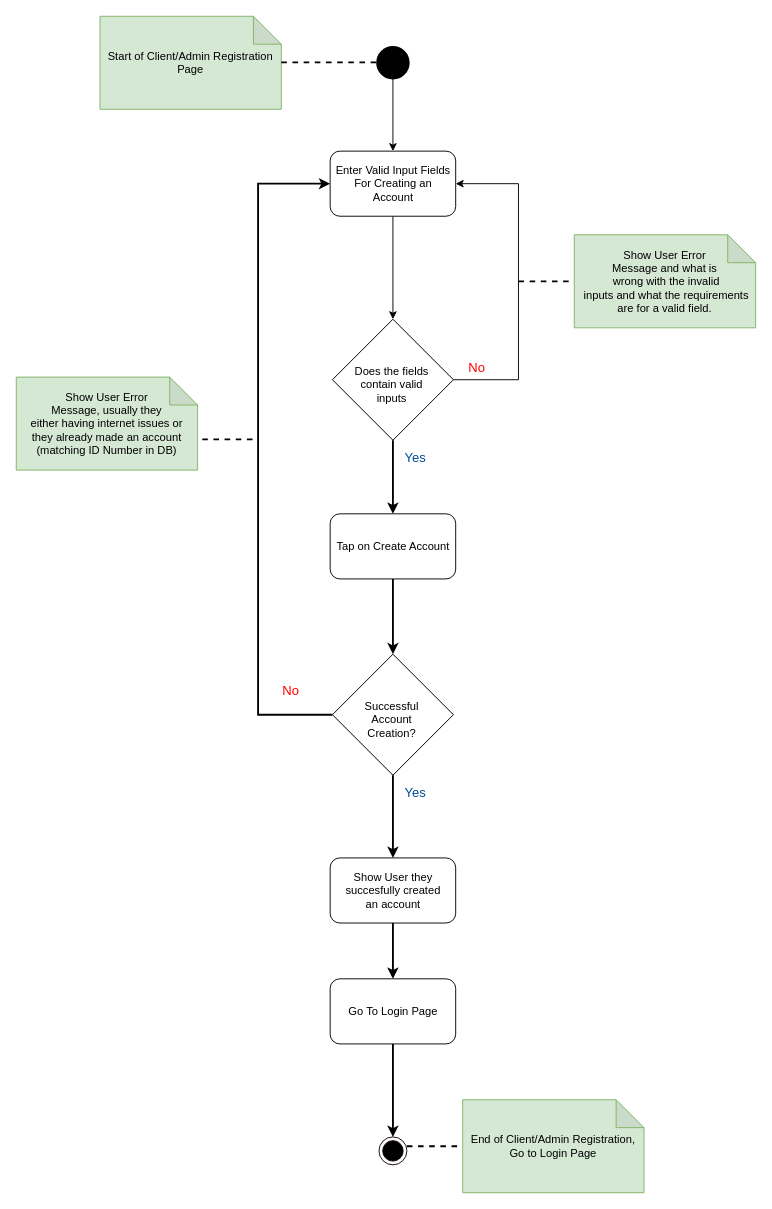
This is Planning/UMLs/Activity Diagrams/registration/registration.drawio from SDP-Wits/Banking-System, a draw.io file, before an edit. Source tidied: cells renumbered, new cells numbered last; positions are measured from the earlier drawing's top-left corner, leaving out a move shared by most shapes. Both pictures are drawn from the tidied source at 93%, with x=0, y=0 at pixel (16, 16).
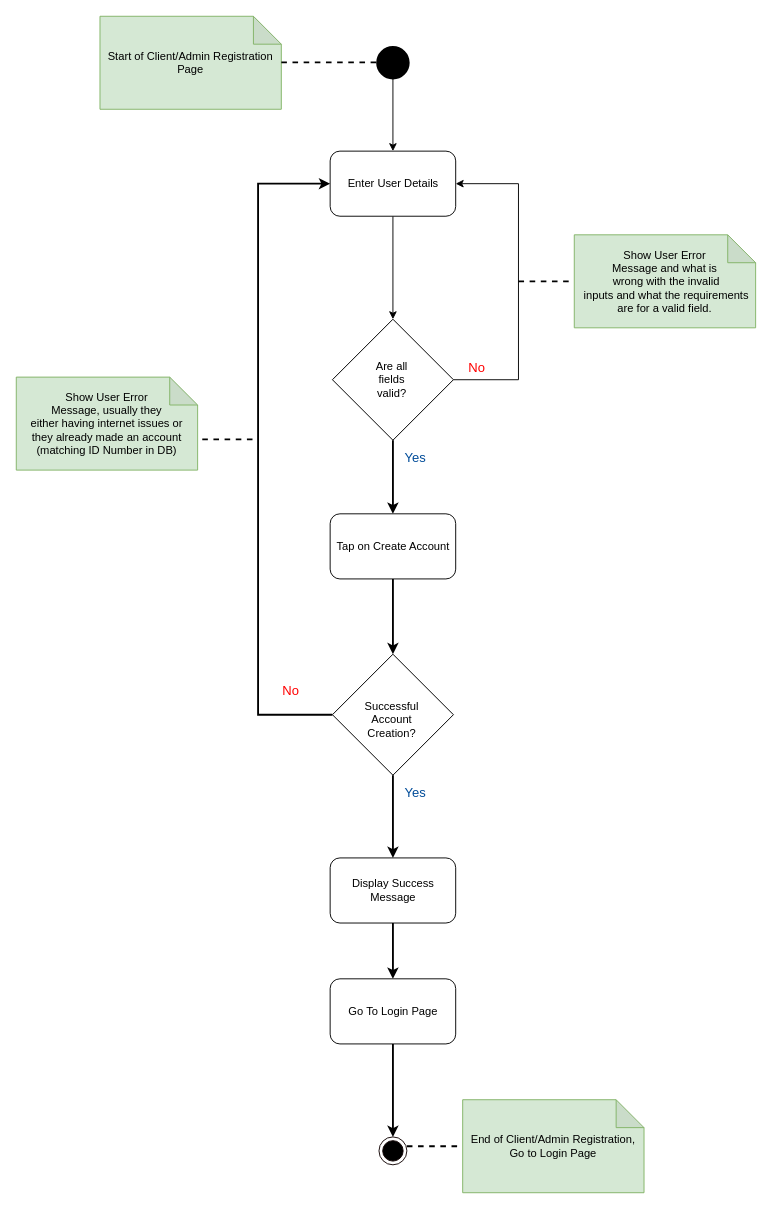
Above is the later version.

Commit message (it also covers changes not shown here):
Sequence Diagram for Registration

Change to the diagram source:
```diff
@@
-    <mxCell id="5" value="Enter Valid Input Fields&lt;br&gt;For Creating an&lt;br&gt;Account" style="rounded=1;whiteSpace=wrap;html=1;strokeColor=#000000;strokeWidth=1;fillColor=#FFFFFF;" parent="1" vertex="1">
+    <mxCell id="5" value="Enter User Details" style="rounded=1;whiteSpace=wrap;html=1;strokeColor=#000000;strokeWidth=1;fillColor=#FFFFFF;" parent="1" vertex="1">
       <mxGeometry x="337.5" y="145" width="135" height="70" as="geometry" />
     </mxCell>
@@
-    <mxCell id="9" value="&lt;span style=&quot;background-color: rgb(255, 255, 255);&quot;&gt;Does the fields&lt;br&gt;contain valid inputs&lt;/span&gt;" style="text;whiteSpace=wrap;html=1;align=center;" parent="1" vertex="1">
-      <mxGeometry x="359" y="368" width="90" height="30" as="geometry" />
+    <mxCell id="9" value="&lt;span style=&quot;background-color: rgb(255 , 255 , 255)&quot;&gt;Are all&lt;br&gt;&lt;/span&gt;fields&lt;br&gt;valid?" style="text;whiteSpace=wrap;html=1;align=center;" parent="1" vertex="1">
+      <mxGeometry x="359" y="363" width="90" height="30" as="geometry" />
     </mxCell>
@@
-    <mxCell id="26" value="Show User they succesfully created&lt;br&gt;an account" style="rounded=1;whiteSpace=wrap;html=1;strokeColor=#000000;strokeWidth=1;fillColor=#FFFFFF;" parent="1" vertex="1">
+    <mxCell id="26" value="Display Success Message" style="rounded=1;whiteSpace=wrap;html=1;strokeColor=#000000;strokeWidth=1;fillColor=#FFFFFF;" parent="1" vertex="1">
       <mxGeometry x="337.5" y="905" width="135" height="70" as="geometry" />
     </mxCell>
```
